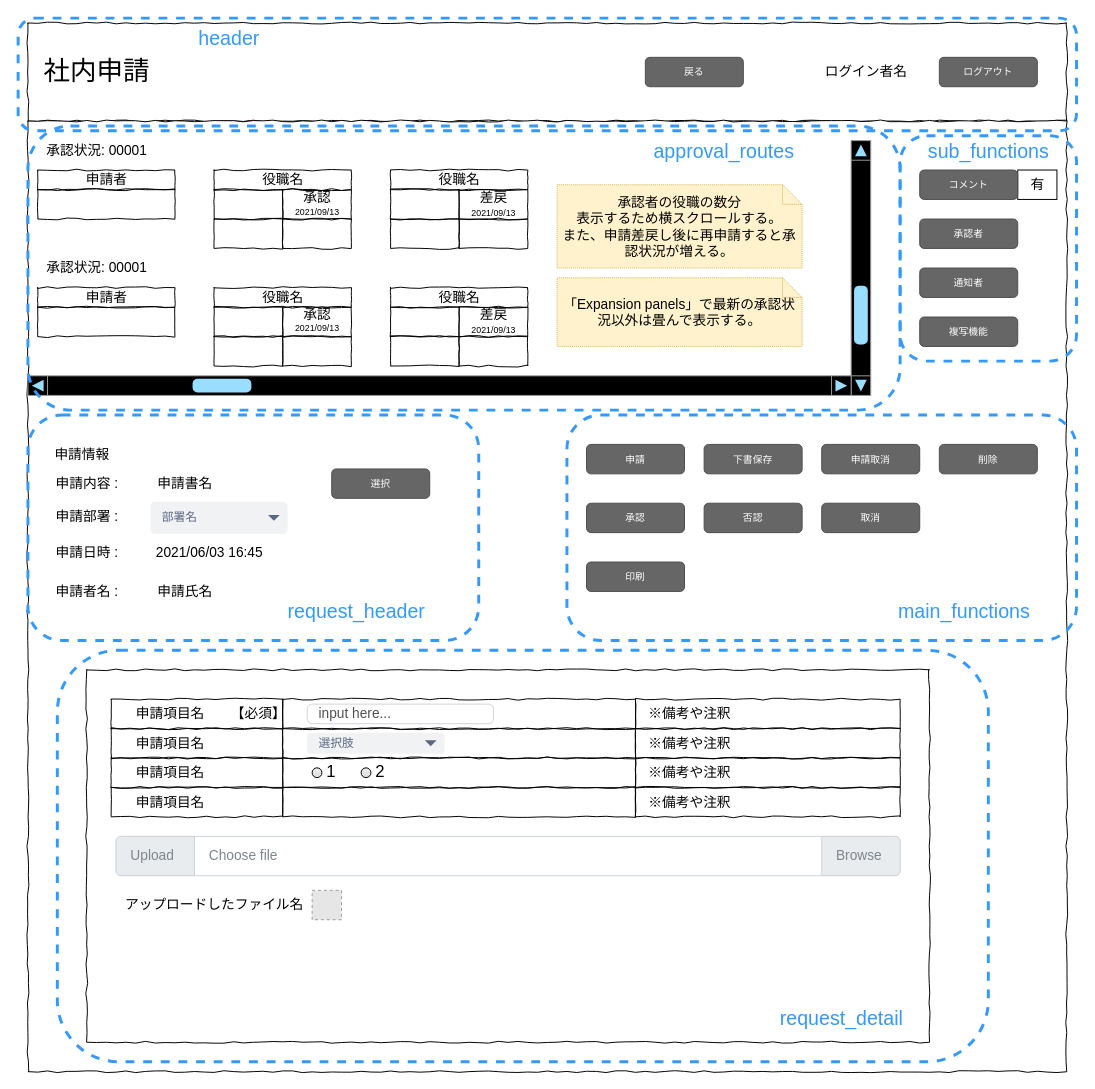
This is page "s020申請詳細" (10 of 10) of docs/設計資料/01_画面/画面イメージ.drawio from haphuongnt96/Django-REST-Practice, a draw.io file, before an edit. Source tidied: cells renumbered, new cells numbered last; positions are measured from the earlier drawing's top-left corner, leaving out a move shared by most shapes. Both pictures are drawn from the tidied source at 98%, with x=0, y=0 at pixel (18, 18). Pictures stored in the file or linked from it are replaced by grey dashed boxes.
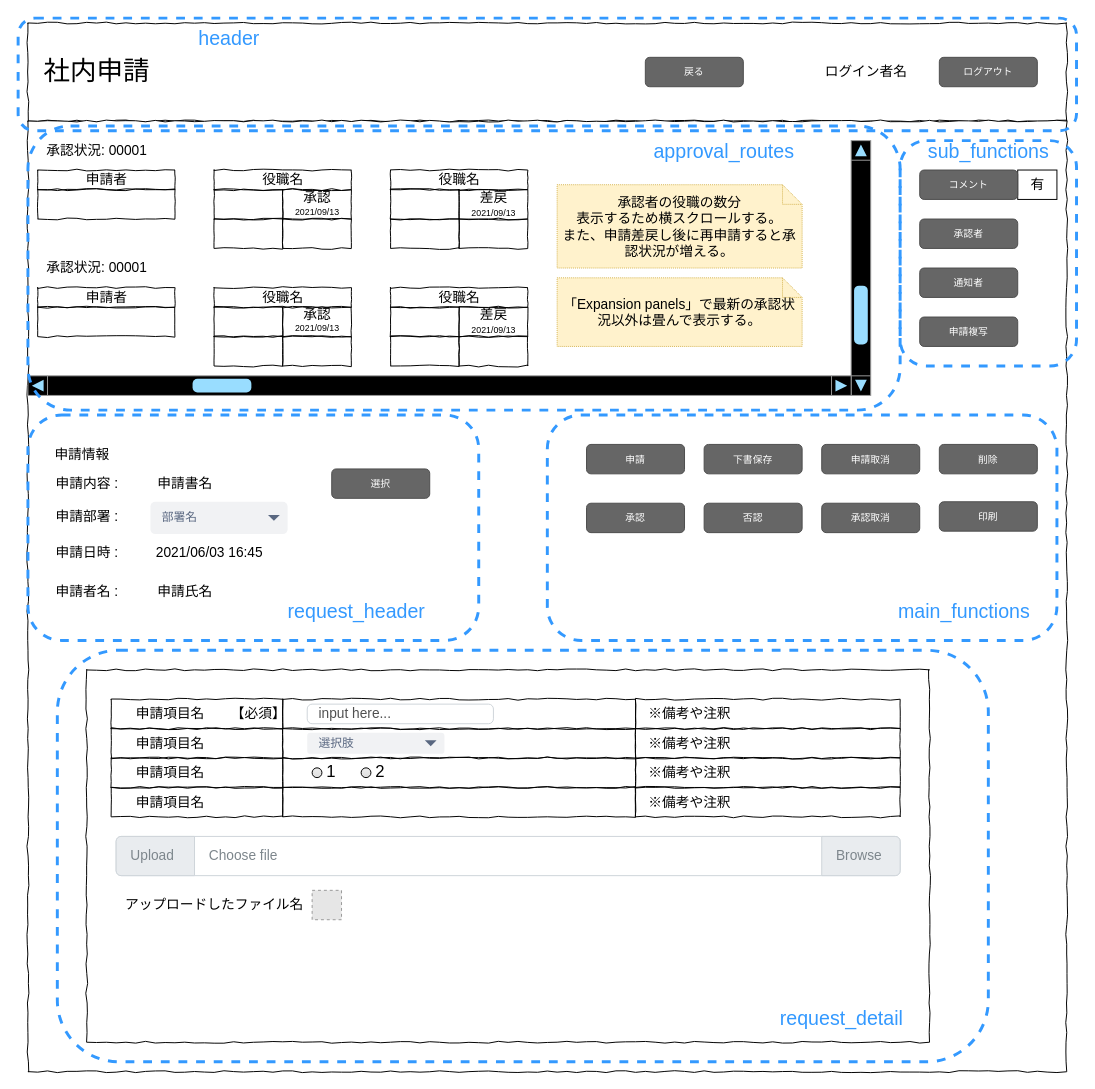
After the change.

Diff of the diagram source:
```diff
@@
-    <mxCell id="47" value="複写機能" style="rounded=1;html=1;shadow=0;dashed=0;whiteSpace=wrap;fontSize=10;fillColor=#666666;align=center;strokeColor=#4D4D4D;fontColor=#ffffff;" parent="1" vertex="1">
+    <mxCell id="47" value="申請複写" style="rounded=1;html=1;shadow=0;dashed=0;whiteSpace=wrap;fontSize=10;fillColor=#666666;align=center;strokeColor=#4D4D4D;fontColor=#ffffff;" parent="1" vertex="1">
       <mxGeometry x="920" y="305" width="100" height="30" as="geometry" />
     </mxCell>
@@
-    <mxCell id="67" value="取消" style="rounded=1;html=1;shadow=0;dashed=0;whiteSpace=wrap;fontSize=10;fillColor=#666666;align=center;strokeColor=#4D4D4D;fontColor=#ffffff;" parent="1" vertex="1">
+    <mxCell id="67" value="承認取消" style="rounded=1;html=1;shadow=0;dashed=0;whiteSpace=wrap;fontSize=10;fillColor=#666666;align=center;strokeColor=#4D4D4D;fontColor=#ffffff;" parent="1" vertex="1">
       <mxGeometry x="820" y="495" width="100" height="30" as="geometry" />
     </mxCell>
@@
     <mxCell id="70" value="印刷" style="rounded=1;html=1;shadow=0;dashed=0;whiteSpace=wrap;fontSize=10;fillColor=#666666;align=center;strokeColor=#4D4D4D;fontColor=#ffffff;" parent="1" vertex="1">
-      <mxGeometry x="580" y="555" width="100" height="30" as="geometry" />
+      <mxGeometry x="940" y="493.5" width="100" height="30" as="geometry" />
     </mxCell>
@@
     <mxCell id="73" style="rounded=1;whiteSpace=wrap;html=1;fontSize=30;fontColor=#3399FF;fillColor=none;dashed=1;strokeWidth=3;strokeColor=#3399FF;" parent="1" vertex="1">
-      <mxGeometry x="560" y="405" width="520" height="230" as="geometry" />
+      <mxGeometry x="540" y="405" width="520" height="230" as="geometry" />
     </mxCell>
@@
     <mxCell id="93" style="rounded=1;whiteSpace=wrap;html=1;fontSize=30;fontColor=#3399FF;fillColor=none;dashed=1;strokeWidth=3;strokeColor=#3399FF;" parent="1" vertex="1">
-      <mxGeometry x="900" y="120" width="180" height="230" as="geometry" />
+      <mxGeometry x="900" y="125" width="180" height="230" as="geometry" />
     </mxCell>
```
